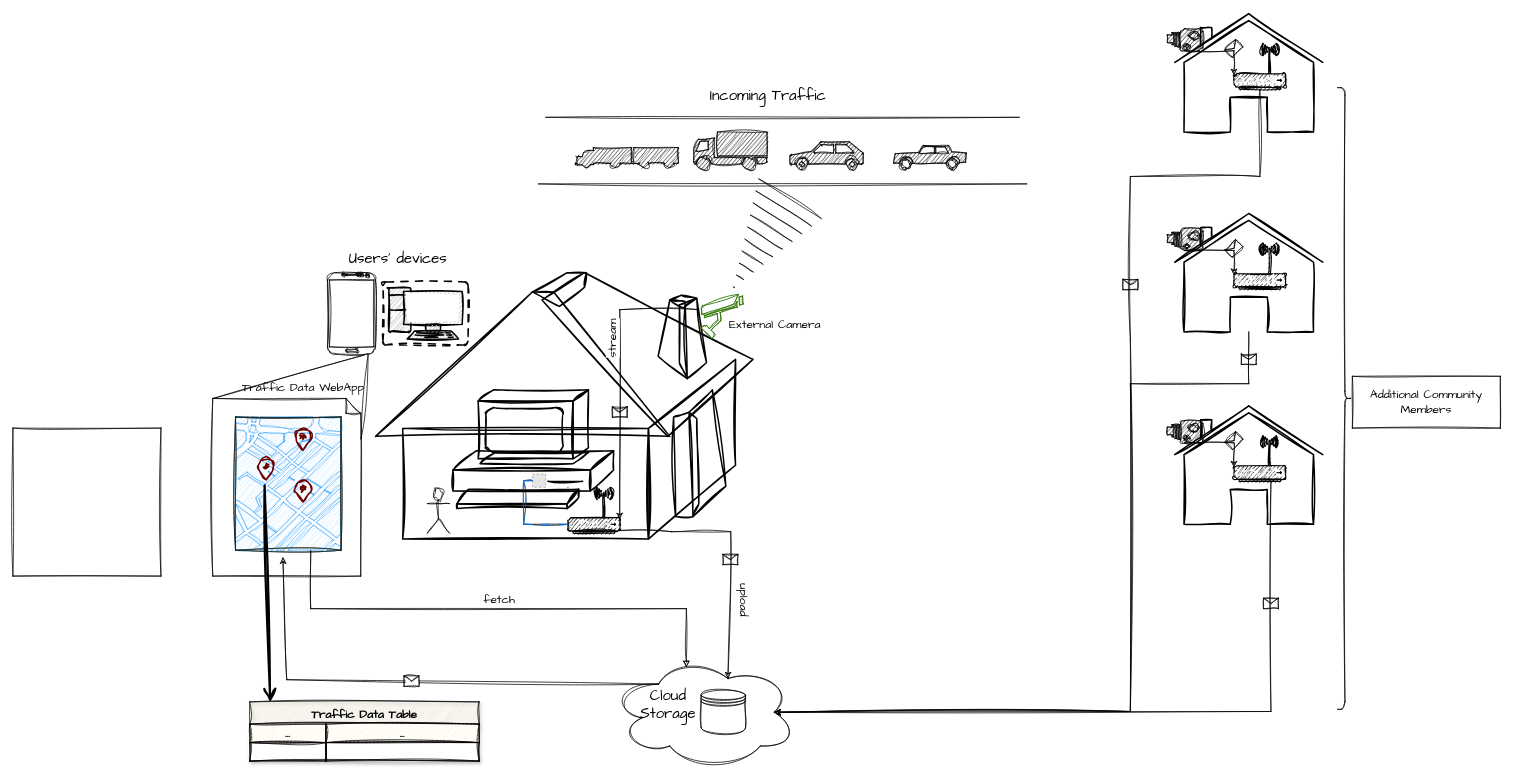
Above: sketch.drawio in Jeff-Barlow-Spady/CSTC (draw.io), before the change. Source tidied: cells renumbered, new cells numbered last; positions are measured from the earlier drawing's top-left corner, leaving out a move shared by most shapes. Both pictures are drawn from the tidied source at 74%, with x=0, y=0 at pixel (13, 13). Pictures stored in the file or linked from it are replaced by grey dashed boxes.
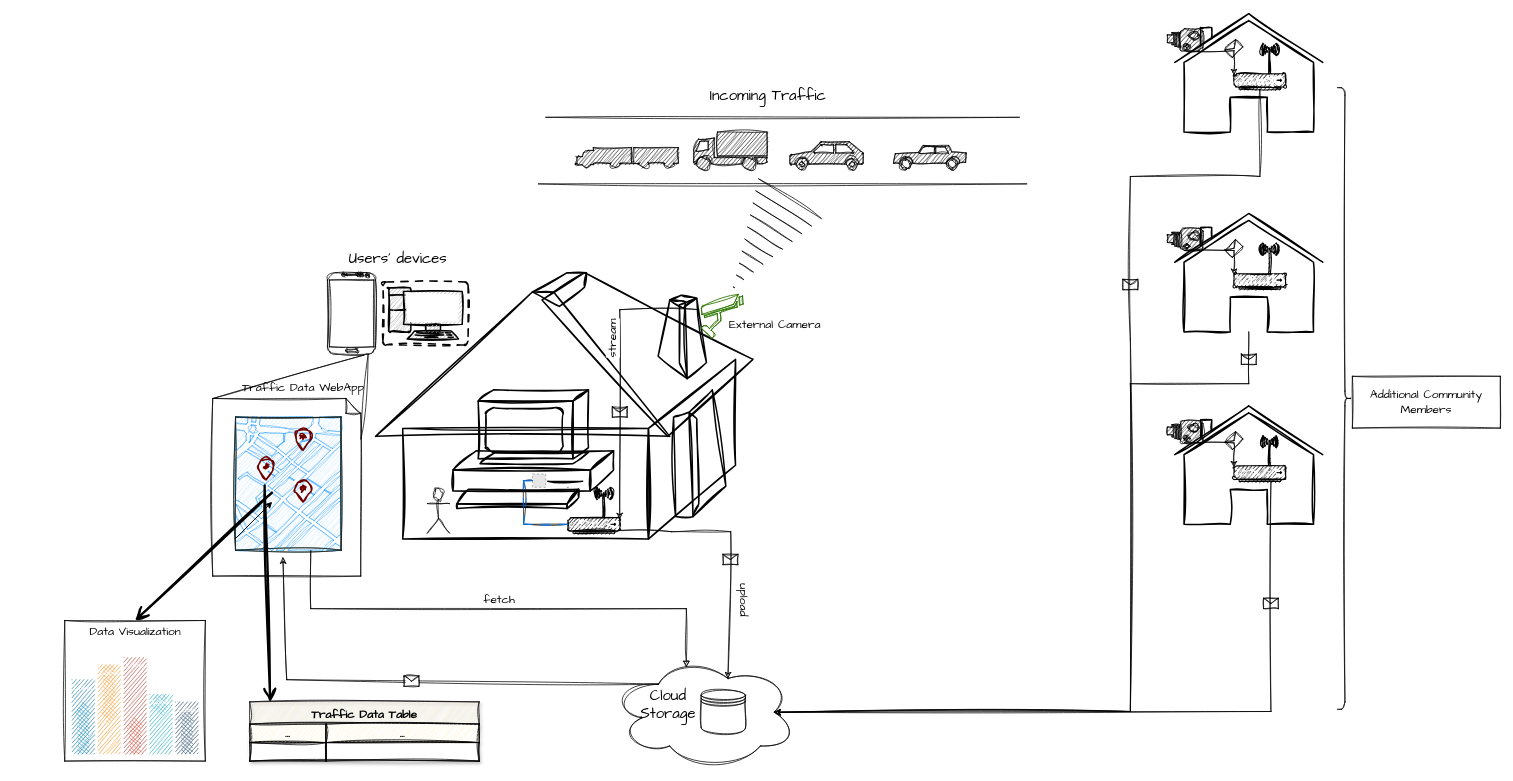
The same page after the edit.

Change to the diagram source:
```diff
@@
     <mxCell id="70" style="whiteSpace=wrap;html=1;sketch=1;fontFamily=Architects Daughter;fontSize=16;" parent="1" vertex="1">
-      <mxGeometry y="560" width="200" height="200" as="geometry" />
+      <mxGeometry x="70" y="820" width="190" height="190" as="geometry" />
     </mxCell>
@@
+    <mxCell id="72" style="fillColor=#10739E;strokeColor=none;sketch=1;fontFamily=Architects Daughter;fontSize=16;" parent="1" vertex="1">
+      <mxGeometry x="80" y="900" width="30" height="100" as="geometry" />
+    </mxCell>
+    <mxCell id="73" style="shape=mxgraph.arrows2.arrow;dy=0.4;dx=16;notch=0;direction=north;fillColor=#1699D3;strokeColor=none;sketch=1;fontFamily=Architects Daughter;fontSize=16;" parent="72" vertex="1">
+      <mxGeometry x="3" y="30" width="24" height="70" as="geometry" />
+    </mxCell>
+    <mxCell id="74" value="Label" style="text;html=1;align=center;verticalAlign=middle;whiteSpace=wrap;fontColor=#FFFFFF;fontSize=10;strokeColor=none;fillColor=none;sketch=1;fontFamily=Architects Daughter;" parent="72" vertex="1">
+      <mxGeometry width="30" height="20" as="geometry" />
+    </mxCell>
+    <mxCell id="75" style="fillColor=#F2931E;strokeColor=none;sketch=1;fontFamily=Architects Daughter;fontSize=16;" parent="1" vertex="1">
+      <mxGeometry x="115" y="880" width="30" height="120" as="geometry" />
+    </mxCell>
+    <mxCell id="76" style="shape=mxgraph.arrows2.arrow;dy=0.4;dx=16;notch=0;direction=south;fillColor=#F5AB50;strokeColor=none;sketch=1;fontFamily=Architects Daughter;fontSize=16;" parent="75" vertex="1">
+      <mxGeometry x="3" width="24" height="80" as="geometry" />
+    </mxCell>
+    <mxCell id="77" value="Label" style="text;html=1;align=center;verticalAlign=middle;whiteSpace=wrap;fontColor=#FFFFFF;fontSize=10;strokeColor=none;fillColor=none;sketch=1;fontFamily=Architects Daughter;" parent="75" vertex="1">
+      <mxGeometry width="30" height="20" as="geometry" />
+    </mxCell>
+    <mxCell id="78" style="fillColor=#AE4132;strokeColor=none;sketch=1;fontFamily=Architects Daughter;fontSize=16;" parent="1" vertex="1">
+      <mxGeometry x="150" y="870" width="30" height="130" as="geometry" />
+    </mxCell>
+    <mxCell id="79" style="shape=mxgraph.arrows2.arrow;dy=0.4;dx=16;notch=0;direction=north;fillColor=#E85642;strokeColor=none;sketch=1;fontFamily=Architects Daughter;fontSize=16;" parent="78" vertex="1">
+      <mxGeometry x="3" y="80" width="24" height="50" as="geometry" />
+    </mxCell>
+    <mxCell id="80" value="Label" style="text;html=1;align=center;verticalAlign=middle;whiteSpace=wrap;fontColor=#FFFFFF;fontSize=10;strokeColor=none;fillColor=none;sketch=1;fontFamily=Architects Daughter;" parent="78" vertex="1">
+      <mxGeometry width="30" height="20" as="geometry" />
+    </mxCell>
+    <mxCell id="81" style="fillColor=#12AAB5;strokeColor=none;sketch=1;fontFamily=Architects Daughter;fontSize=16;" parent="1" vertex="1">
+      <mxGeometry x="185" y="920" width="30" height="80" as="geometry" />
+    </mxCell>
+    <mxCell id="82" style="shape=mxgraph.arrows2.arrow;dy=0.4;dx=16;notch=0;direction=south;fillColor=#64BBE2;strokeColor=none;sketch=1;fontFamily=Architects Daughter;fontSize=16;" parent="81" vertex="1">
+      <mxGeometry x="3" width="24" height="30" as="geometry" />
+    </mxCell>
+    <mxCell id="83" value="Label" style="text;html=1;align=center;verticalAlign=middle;whiteSpace=wrap;fontColor=#FFFFFF;fontSize=10;strokeColor=none;fillColor=none;sketch=1;fontFamily=Architects Daughter;" parent="81" vertex="1">
+      <mxGeometry width="30" height="20" as="geometry" />
+    </mxCell>
+    <mxCell id="84" style="fillColor=#23445D;strokeColor=none;sketch=1;fontFamily=Architects Daughter;fontSize=16;" parent="1" vertex="1">
+      <mxGeometry x="220" y="930" width="30" height="70" as="geometry" />
+    </mxCell>
+    <mxCell id="85" style="shape=mxgraph.arrows2.arrow;dy=0.4;dx=16;notch=0;direction=north;fillColor=#2F5B7C;strokeColor=none;sketch=1;fontFamily=Architects Daughter;fontSize=16;" parent="84" vertex="1">
+      <mxGeometry x="3" y="10" width="24" height="60" as="geometry" />
+    </mxCell>
+    <mxCell id="86" value="Label" style="text;html=1;align=center;verticalAlign=middle;whiteSpace=wrap;fontColor=#FFFFFF;fontSize=10;strokeColor=none;fillColor=none;sketch=1;fontFamily=Architects Daughter;" parent="84" vertex="1">
+      <mxGeometry width="30" height="20" as="geometry" />
+    </mxCell>
+    <mxCell id="87" style="endArrow=classic;html=1;rounded=0;fontFamily=Architects Daughter;fontSize=16;" parent="1" edge="1">
+      <mxGeometry relative="1" as="geometry">
+        <mxPoint x="300" y="710" as="sourcePoint" />
+        <mxPoint x="350" y="660" as="targetPoint" />
+      </mxGeometry>
+    </mxCell>
+    <mxCell id="88" style="endArrow=classic;html=1;rounded=0;fontFamily=Architects Daughter;fontSize=16;" parent="1" edge="1">
+      <mxGeometry relative="1" as="geometry">
+        <mxPoint x="300" y="710" as="sourcePoint" />
+        <mxPoint x="350" y="660" as="targetPoint" />
+      </mxGeometry>
+    </mxCell>
+    <mxCell id="89" style="edgeStyle=none;html=1;endArrow=open;endSize=12;strokeWidth=3;verticalAlign=bottom;rounded=0;sketch=1;hachureGap=4;jiggle=2;curveFitting=1;fontFamily=Architects Daughter;fontSize=16;entryX=0.5;entryY=0;entryDx=0;entryDy=0;exitX=0.276;exitY=0.513;exitDx=0;exitDy=0;exitPerimeter=0;" parent="1" edge="1" target="70">
+      <mxGeometry relative="1" as="geometry">
+        <mxPoint x="350.1" y="647.3" as="sourcePoint" />
+      </mxGeometry>
+    </mxCell>
+    <mxCell id="90" value="Data Visualization" style="text;html=1;align=center;verticalAlign=middle;strokeColor=none;fillColor=none;fontSize=16;fontFamily=Architects Daughter;" parent="1" vertex="1">
+      <mxGeometry x="90" y="820" width="150" height="30" as="geometry" />
+    </mxCell>
```
